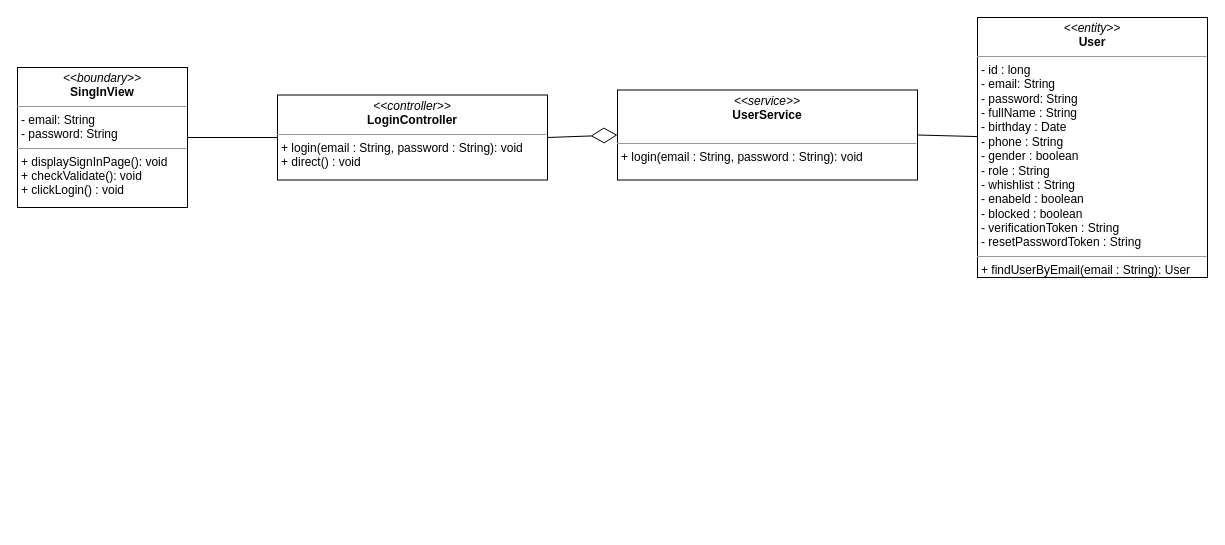
nguyenphamvan/datn_20202 keeps this draw.io diagram as class diagram/login-class-diagram.drawio. Above is the earlier version. Source tidied: cells renumbered, new cells numbered last; positions are measured from the earlier drawing's top-left corner, leaving out a move shared by most shapes. Both pictures are drawn from the tidied source at 100%, with x=0, y=0 at pixel (17, 17).
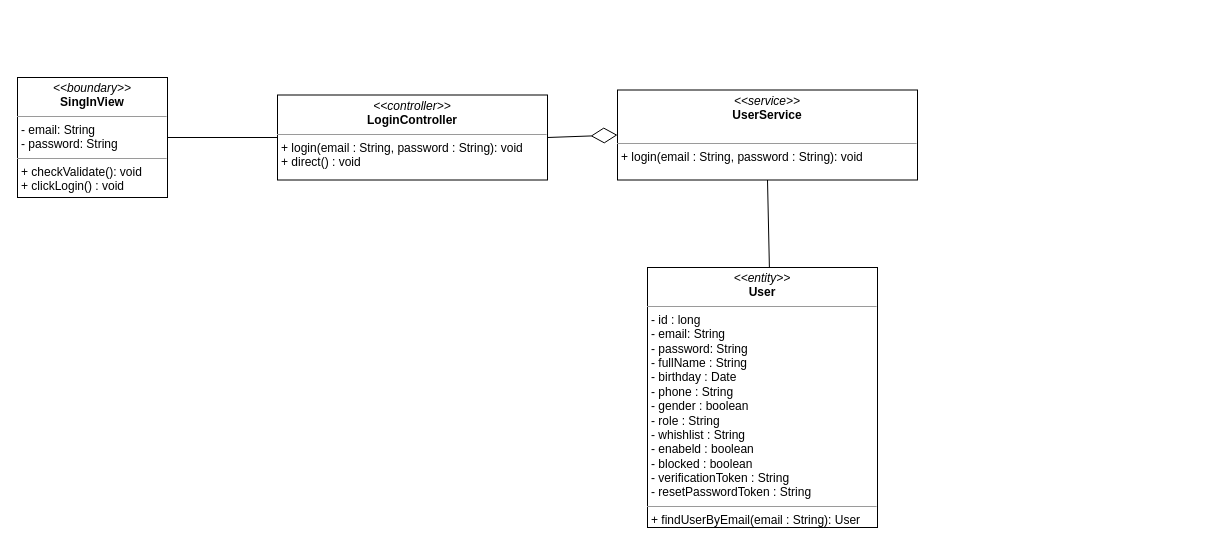
The same diagram, later.

The edit, as a diff of the source:
```diff
@@
 <mxGraphModel>
   <root>
     <mxCell id="0" />
     <mxCell id="1" parent="0" />
-    <mxCell id="2" value="&lt;p style=&quot;margin: 0px ; margin-top: 4px ; text-align: center&quot;&gt;&lt;i&gt;&amp;lt;&amp;lt;boundary&amp;gt;&amp;gt;&lt;/i&gt;&lt;br&gt;&lt;b&gt;SingInView&lt;/b&gt;&lt;/p&gt;&lt;hr size=&quot;1&quot;&gt;&lt;p style=&quot;margin: 0px ; margin-left: 4px&quot;&gt;- email: String&lt;br&gt;- password: String&lt;/p&gt;&lt;hr size=&quot;1&quot;&gt;&lt;p style=&quot;margin: 0px ; margin-left: 4px&quot;&gt;+ displaySignInPage(): void&lt;br&gt;+ checkValidate(): void&lt;/p&gt;&lt;p style=&quot;margin: 0px ; margin-left: 4px&quot;&gt;+ clickLogin() : void&lt;/p&gt;" style="verticalAlign=top;align=left;overflow=fill;fontSize=12;fontFamily=Helvetica;html=1;" parent="1" vertex="1">
-      <mxGeometry y="50" width="170" height="140" as="geometry" />
+    <mxCell id="2" value="&lt;p style=&quot;margin: 0px ; margin-top: 4px ; text-align: center&quot;&gt;&lt;i&gt;&amp;lt;&amp;lt;boundary&amp;gt;&amp;gt;&lt;/i&gt;&lt;br&gt;&lt;b&gt;SingInView&lt;/b&gt;&lt;/p&gt;&lt;hr size=&quot;1&quot;&gt;&lt;p style=&quot;margin: 0px ; margin-left: 4px&quot;&gt;- email: String&lt;br&gt;- password: String&lt;/p&gt;&lt;hr size=&quot;1&quot;&gt;&lt;p style=&quot;margin: 0px ; margin-left: 4px&quot;&gt;+ checkValidate(): void&lt;/p&gt;&lt;p style=&quot;margin: 0px ; margin-left: 4px&quot;&gt;+ clickLogin() : void&lt;/p&gt;" style="verticalAlign=top;align=left;overflow=fill;fontSize=12;fontFamily=Helvetica;html=1;" parent="1" vertex="1">
+      <mxGeometry y="60" width="150" height="120" as="geometry" />
     </mxCell>
     <mxCell id="3" value="&lt;p style=&quot;margin: 0px ; margin-top: 4px ; text-align: center&quot;&gt;&lt;i&gt;&amp;lt;&amp;lt;controller&amp;gt;&amp;gt;&lt;/i&gt;&lt;br&gt;&lt;b&gt;LoginController&lt;/b&gt;&lt;/p&gt;&lt;hr size=&quot;1&quot;&gt;&lt;p style=&quot;margin: 0px ; margin-left: 4px&quot;&gt;+ login(email : String, password : String): void&lt;br&gt;&lt;/p&gt;&lt;p style=&quot;margin: 0px ; margin-left: 4px&quot;&gt;+ direct() : void&lt;/p&gt;" style="verticalAlign=top;align=left;overflow=fill;fontSize=12;fontFamily=Helvetica;html=1;" parent="1" vertex="1">
       <mxGeometry x="260" y="77.5" width="270" height="85" as="geometry" />
     </mxCell>
     <mxCell id="4" style="endArrow=none;html=1;edgeStyle=orthogonalEdgeStyle;exitX=1;exitY=0.5;exitDx=0;exitDy=0;entryX=0;entryY=0.5;entryDx=0;entryDy=0;" parent="1" edge="1" source="2" target="3">
       <mxGeometry relative="1" as="geometry" />
     </mxCell>
     <mxCell id="5" value="&lt;p style=&quot;margin: 0px ; margin-top: 4px ; text-align: center&quot;&gt;&lt;i&gt;&amp;lt;&amp;lt;service&amp;gt;&amp;gt;&lt;/i&gt;&lt;br&gt;&lt;b&gt;UserService&lt;/b&gt;&lt;/p&gt;&lt;p style=&quot;margin: 0px ; margin-left: 4px&quot;&gt;&lt;br&gt;&lt;/p&gt;&lt;hr size=&quot;1&quot;&gt;&lt;p style=&quot;margin: 0px ; margin-left: 4px&quot;&gt;+ login(email : String, password : String): void&lt;/p&gt;" style="verticalAlign=top;align=left;overflow=fill;fontSize=12;fontFamily=Helvetica;html=1;" parent="1" vertex="1">
       <mxGeometry x="600" y="72.5" width="300" height="90" as="geometry" />
     </mxCell>
     <mxCell id="6" value="&lt;p style=&quot;margin: 0px ; margin-top: 4px ; text-align: center&quot;&gt;&lt;i&gt;&amp;lt;&amp;lt;entity&amp;gt;&amp;gt;&lt;/i&gt;&lt;br&gt;&lt;b&gt;User&lt;/b&gt;&lt;/p&gt;&lt;hr size=&quot;1&quot;&gt;&lt;p style=&quot;margin: 0px ; margin-left: 4px&quot;&gt;- id : long&lt;/p&gt;&lt;p style=&quot;margin: 0px ; margin-left: 4px&quot;&gt;- email: String&lt;br&gt;- password: String&lt;/p&gt;&lt;p style=&quot;margin: 0px ; margin-left: 4px&quot;&gt;- fullName : String&lt;/p&gt;&lt;p style=&quot;margin: 0px ; margin-left: 4px&quot;&gt;- birthday : Date&lt;/p&gt;&lt;p style=&quot;margin: 0px ; margin-left: 4px&quot;&gt;- phone : String&lt;/p&gt;&lt;p style=&quot;margin: 0px ; margin-left: 4px&quot;&gt;- gender : boolean&lt;/p&gt;&lt;p style=&quot;margin: 0px ; margin-left: 4px&quot;&gt;- role : String&lt;/p&gt;&lt;p style=&quot;margin: 0px ; margin-left: 4px&quot;&gt;- whishlist : String&lt;/p&gt;&lt;p style=&quot;margin: 0px ; margin-left: 4px&quot;&gt;- enabeld : boolean&lt;/p&gt;&lt;p style=&quot;margin: 0px ; margin-left: 4px&quot;&gt;- blocked : boolean&lt;/p&gt;&lt;p style=&quot;margin: 0px ; margin-left: 4px&quot;&gt;- verificationToken : String&lt;/p&gt;&lt;p style=&quot;margin: 0px ; margin-left: 4px&quot;&gt;- resetPasswordToken : String&lt;/p&gt;&lt;hr size=&quot;1&quot;&gt;&lt;p style=&quot;margin: 0px ; margin-left: 4px&quot;&gt;+ findUserByEmail(email : String): User&lt;br&gt;&lt;/p&gt;" style="verticalAlign=top;align=left;overflow=fill;fontSize=12;fontFamily=Helvetica;html=1;" parent="1" vertex="1">
-      <mxGeometry x="960" width="230" height="260" as="geometry" />
+      <mxGeometry x="630" y="250" width="230" height="260" as="geometry" />
     </mxCell>
     <mxCell id="7" style="endArrow=diamondThin;endFill=0;endSize=24;html=1;exitX=1;exitY=0.5;exitDx=0;exitDy=0;entryX=0;entryY=0.5;entryDx=0;entryDy=0;" parent="1" edge="1" source="3" target="5">
       <mxGeometry relative="1" as="geometry" />
     </mxCell>
-    <mxCell id="8" style="endArrow=none;html=1;exitX=1;exitY=0.5;exitDx=0;exitDy=0;entryX=0;entryY=0.458;entryDx=0;entryDy=0;entryPerimeter=0;" parent="1" edge="1" source="5" target="6">
+    <mxCell id="8" style="endArrow=none;html=1;exitX=0.5;exitY=1;exitDx=0;exitDy=0;entryX=0.53;entryY=0;entryDx=0;entryDy=0;entryPerimeter=0;" parent="1" edge="1" source="5" target="6">
       <mxGeometry relative="1" as="geometry" />
     </mxCell>
   </root>
 </mxGraphModel>
```
